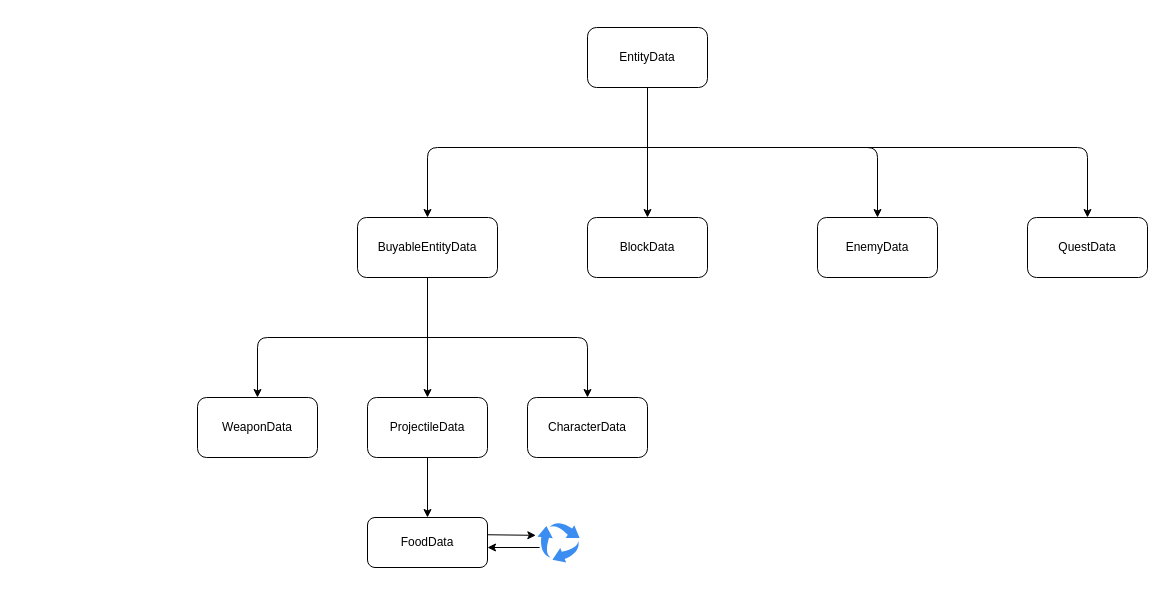
Above: ideas.drawio in ChidemJean/CrazyEaters (draw.io), before the change. Source tidied: cells renumbered, new cells numbered last; positions are measured from the earlier drawing's top-left corner, leaving out a move shared by most shapes. Both pictures are drawn from the tidied source at 100%, with x=0, y=0 at pixel (197, 27).
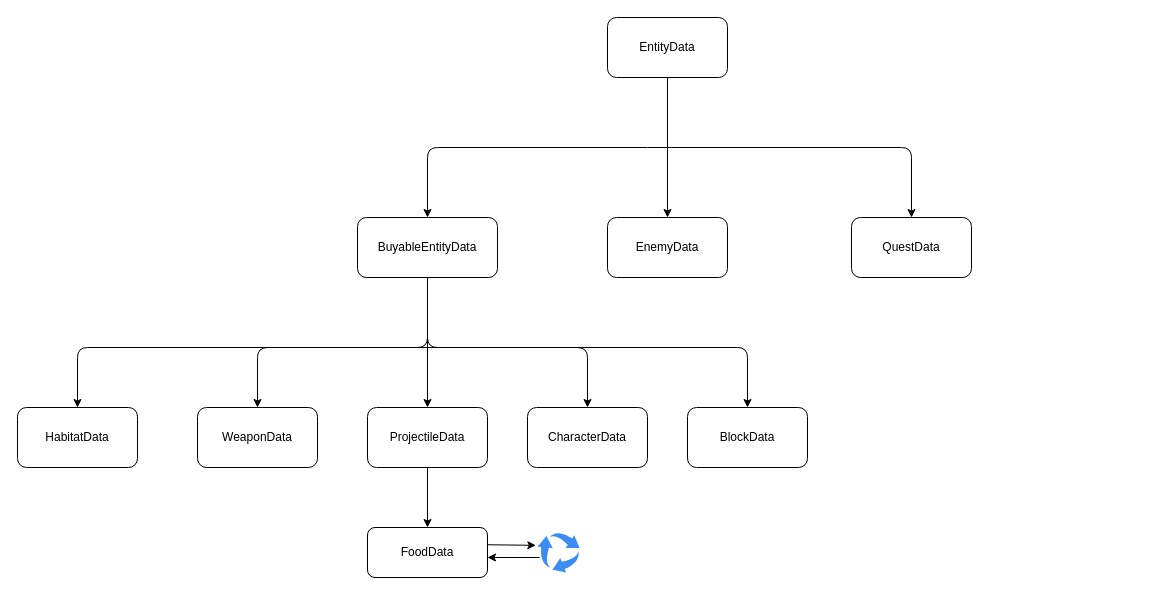
The same page after the edit.

Unchanged cells that the change refers to:
```xml
<mxCell id="10" value="BuyableEntityData" style="rounded=1;whiteSpace=wrap;html=1;" parent="1" vertex="1">
  <mxGeometry x="160" y="190" width="140" height="60" as="geometry" />
</mxCell>
```

The edit, as a diff of the source:
```diff
@@
-    <mxCell id="3" style="edgeStyle=none;html=1;" parent="1" edge="1" source="6" target="11">
-      <mxGeometry relative="1" as="geometry" />
-    </mxCell>
-    <mxCell id="4" style="edgeStyle=none;html=1;" parent="1" edge="1" target="18">
-      <mxGeometry relative="1" as="geometry">
-        <mxPoint x="450" y="120" as="sourcePoint" />
-        <Array as="points">
-          <mxPoint x="680" y="120" />
-        </Array>
-      </mxGeometry>
-    </mxCell>
     <mxCell id="5" style="edgeStyle=none;html=1;" parent="1" edge="1" target="19">
       <mxGeometry relative="1" as="geometry">
         <mxPoint x="450" y="120" as="sourcePoint" />
         <Array as="points">
-          <mxPoint x="890" y="120" />
+          <mxPoint x="714" y="120" />
         </Array>
       </mxGeometry>
     </mxCell>
+    <mxCell id="22" style="edgeStyle=none;html=1;" parent="1" edge="1" source="6" target="18">
+      <mxGeometry relative="1" as="geometry" />
+    </mxCell>
     <mxCell id="6" value="EntityData" style="rounded=1;whiteSpace=wrap;html=1;" parent="1" vertex="1">
-      <mxGeometry x="390" width="120" height="60" as="geometry" />
+      <mxGeometry x="410" y="-10" width="120" height="60" as="geometry" />
     </mxCell>
@@
     <mxCell id="8" style="edgeStyle=none;html=1;" parent="1" edge="1" target="14">
       <mxGeometry relative="1" as="geometry">
-        <mxPoint x="230" y="310" as="sourcePoint" />
+        <mxPoint x="230" y="320" as="sourcePoint" />
         <Array as="points">
-          <mxPoint x="60" y="310" />
+          <mxPoint x="60" y="320" />
         </Array>
       </mxGeometry>
     </mxCell>
     <mxCell id="9" style="edgeStyle=none;html=1;" parent="1" edge="1" target="15">
       <mxGeometry relative="1" as="geometry">
-        <mxPoint x="230" y="310" as="sourcePoint" />
+        <mxPoint x="230" y="320" as="sourcePoint" />
         <Array as="points">
-          <mxPoint x="390" y="310" />
+          <mxPoint x="390" y="320" />
         </Array>
       </mxGeometry>
     </mxCell>
+    <mxCell id="23" style="edgeStyle=none;html=1;entryX=0.5;entryY=0;entryDx=0;entryDy=0;" parent="1" edge="1" source="10" target="25">
+      <mxGeometry relative="1" as="geometry">
+        <Array as="points">
+          <mxPoint x="230" y="320" />
+          <mxPoint x="-120" y="320" />
+        </Array>
+      </mxGeometry>
+    </mxCell>
+    <mxCell id="24" style="edgeStyle=none;html=1;entryX=0.5;entryY=0;entryDx=0;entryDy=0;" parent="1" edge="1" source="10" target="11">
+      <mxGeometry relative="1" as="geometry">
+        <Array as="points">
+          <mxPoint x="230" y="320" />
+          <mxPoint x="550" y="320" />
+        </Array>
+      </mxGeometry>
+    </mxCell>
@@
     <mxCell id="11" value="BlockData" style="rounded=1;whiteSpace=wrap;html=1;" parent="1" vertex="1">
-      <mxGeometry x="390" y="190" width="120" height="60" as="geometry" />
+      <mxGeometry x="490" y="380" width="120" height="60" as="geometry" />
     </mxCell>
@@
     <mxCell id="13" value="FoodData" style="rounded=1;whiteSpace=wrap;html=1;" parent="1" vertex="1">
-      <mxGeometry x="170" y="490" width="120" height="50" as="geometry" />
+      <mxGeometry x="170" y="500" width="120" height="50" as="geometry" />
     </mxCell>
     <mxCell id="14" value="WeaponData" style="rounded=1;whiteSpace=wrap;html=1;" parent="1" vertex="1">
-      <mxGeometry y="370" width="120" height="60" as="geometry" />
+      <mxGeometry y="380" width="120" height="60" as="geometry" />
     </mxCell>
     <mxCell id="15" value="CharacterData" style="rounded=1;whiteSpace=wrap;html=1;gradientColor=none;" parent="1" vertex="1">
-      <mxGeometry x="330" y="370" width="120" height="60" as="geometry" />
+      <mxGeometry x="330" y="380" width="120" height="60" as="geometry" />
     </mxCell>
@@
     <mxCell id="17" value="ProjectileData" style="rounded=1;whiteSpace=wrap;html=1;" parent="1" vertex="1">
-      <mxGeometry x="170" y="370" width="120" height="60" as="geometry" />
+      <mxGeometry x="170" y="380" width="120" height="60" as="geometry" />
     </mxCell>
     <mxCell id="18" value="EnemyData" style="rounded=1;whiteSpace=wrap;html=1;" parent="1" vertex="1">
-      <mxGeometry x="620" y="190" width="120" height="60" as="geometry" />
+      <mxGeometry x="410" y="190" width="120" height="60" as="geometry" />
     </mxCell>
     <mxCell id="19" value="QuestData" style="rounded=1;whiteSpace=wrap;html=1;" parent="1" vertex="1">
-      <mxGeometry x="830" y="190" width="120" height="60" as="geometry" />
+      <mxGeometry x="654" y="190" width="120" height="60" as="geometry" />
     </mxCell>
     <mxCell id="20" style="edgeStyle=none;html=1;exitX=0.05;exitY=0.625;exitDx=0;exitDy=0;exitPerimeter=0;" parent="1" edge="1" source="21">
       <mxGeometry relative="1" as="geometry">
-        <mxPoint x="290" y="520" as="targetPoint" />
+        <mxPoint x="290" y="530" as="targetPoint" />
       </mxGeometry>
     </mxCell>
     <mxCell id="21" style="sketch=0;html=1;strokeColor=none;shadow=0;align=center;verticalAlign=top;fillColor=#3B8DF1;shape=mxgraph.gcp2.arrow_cycle;" parent="1" vertex="1">
-      <mxGeometry x="340" y="495" width="42.1" height="40" as="geometry" />
+      <mxGeometry x="340" y="505" width="42.1" height="40" as="geometry" />
     </mxCell>
+    <mxCell id="25" value="HabitatData" style="rounded=1;whiteSpace=wrap;html=1;" parent="1" vertex="1">
+      <mxGeometry x="-180" y="380" width="120" height="60" as="geometry" />
+    </mxCell>
```
